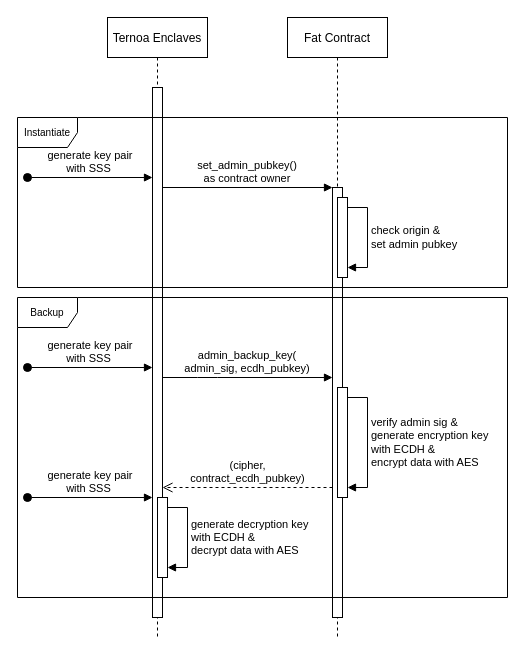
Before: Ternoa-secret-NFT.drawio in shelvenzhou/drawio-diagrams, a draw.io diagram. Source tidied: cells renumbered, new cells numbered last; positions are measured from the earlier drawing's top-left corner, leaving out a move shared by most shapes. Both pictures are drawn from the tidied source at 100%, with x=0, y=0 at pixel (17, 17).
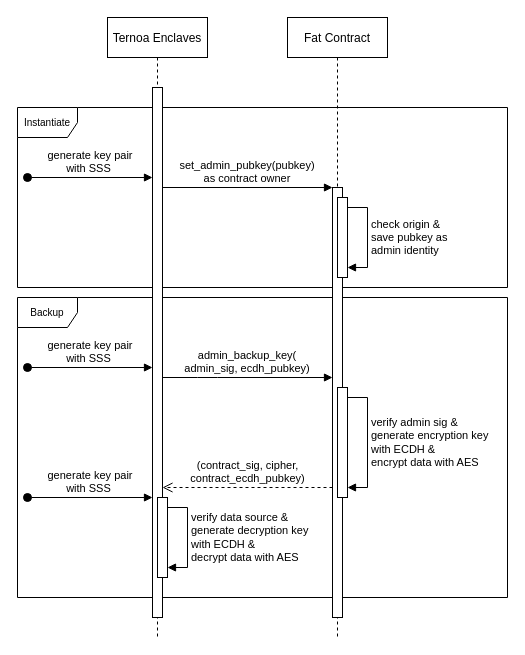
The same page after the edit.

Unchanged cells that the change refers to:
```xml
<mxCell id="5" value="Fat Contract" style="shape=umlLifeline;perimeter=lifelinePerimeter;rounded=0;shadow=0;strokeWidth=1;" parent="1" vertex="1">
  <mxGeometry x="270" width="100" height="620" as="geometry" />
</mxCell>
<mxCell id="7" style="points=[];perimeter=orthogonalPerimeter;rounded=0;shadow=0;strokeWidth=1;" parent="5" vertex="1">
  <mxGeometry x="50" y="180" width="10" height="80" as="geometry" />
</mxCell>
<mxCell id="10" style="points=[];perimeter=orthogonalPerimeter;rounded=0;shadow=0;strokeWidth=1;" parent="5" vertex="1">
  <mxGeometry x="-130" y="480" width="10" height="80" as="geometry" />
</mxCell>
```

Diff of the diagram source:
```diff
@@
+    <mxCell id="19" value="&lt;span style=&quot;font-size: 10px;&quot;&gt;Backup&lt;/span&gt;" style="shape=umlFrame;whiteSpace=wrap;html=1;" parent="1" vertex="1">
+      <mxGeometry y="280" width="490" height="300" as="geometry" />
+    </mxCell>
+    <mxCell id="18" value="&lt;font style=&quot;font-size: 10px;&quot;&gt;Instantiate&lt;/font&gt;" style="shape=umlFrame;whiteSpace=wrap;html=1;" parent="1" vertex="1">
+      <mxGeometry y="90" width="490" height="180" as="geometry" />
+    </mxCell>
@@
-    <mxCell id="8" value="check origin &amp;amp;&lt;br&gt;set admin pubkey" style="edgeStyle=orthogonalEdgeStyle;html=1;align=left;spacingLeft=2;endArrow=block;rounded=0;" parent="5" edge="1" source="7" target="7">
+    <mxCell id="8" value="check origin &amp;amp;&lt;br&gt;save pubkey as &lt;br&gt;admin identity" style="edgeStyle=orthogonalEdgeStyle;html=1;align=left;spacingLeft=2;endArrow=block;rounded=0;" parent="5" edge="1" source="7" target="7">
       <mxGeometry relative="1" as="geometry">
         <Array as="points">
           <mxPoint x="80" y="190" />
           <mxPoint x="80" y="250" />
         </Array>
       </mxGeometry>
     </mxCell>
@@
-    <mxCell id="11" value="generate decryption key &lt;br&gt;with ECDH &amp;amp;&lt;br&gt;decrypt data with AES" style="edgeStyle=orthogonalEdgeStyle;html=1;align=left;spacingLeft=2;endArrow=block;rounded=0;" parent="5" edge="1" source="10" target="10">
+    <mxCell id="11" value="verify data source &amp;amp;&lt;br&gt;generate decryption key &lt;br&gt;with ECDH &amp;amp;&lt;br&gt;decrypt data with AES" style="edgeStyle=orthogonalEdgeStyle;html=1;align=left;spacingLeft=2;endArrow=block;rounded=0;" parent="5" edge="1" source="10" target="10">
       <mxGeometry relative="1" as="geometry">
         <Array as="points">
           <mxPoint x="-100" y="490" />
           <mxPoint x="-100" y="550" />
         </Array>
       </mxGeometry>
     </mxCell>
@@
-    <mxCell id="16" value="(cipher,&lt;br&gt;contract_ecdh_pubkey)" style="html=1;verticalAlign=bottom;endArrow=open;dashed=1;endSize=8;rounded=0;" parent="5" edge="1">
+    <mxCell id="16" value="(contract_sig, cipher,&lt;br&gt;contract_ecdh_pubkey)" style="html=1;verticalAlign=bottom;endArrow=open;dashed=1;endSize=8;rounded=0;" parent="5" edge="1">
       <mxGeometry relative="1" as="geometry">
         <mxPoint x="45" y="470" as="sourcePoint" />
         <mxPoint x="-125" y="470" as="targetPoint" />
         <Array as="points">
           <mxPoint x="-60" y="470" />
         </Array>
       </mxGeometry>
     </mxCell>
-    <mxCell id="17" value="set_admin_pubkey()&#10;as contract owner" style="verticalAlign=bottom;endArrow=block;entryX=0;entryY=0;shadow=0;strokeWidth=1;" parent="1" edge="1">
+    <mxCell id="17" value="set_admin_pubkey(pubkey)&#10;as contract owner" style="verticalAlign=bottom;endArrow=block;entryX=0;entryY=0;shadow=0;strokeWidth=1;" parent="1" edge="1">
       <mxGeometry relative="1" as="geometry">
         <mxPoint x="145" y="170" as="sourcePoint" />
         <mxPoint x="315" y="170" as="targetPoint" />
       </mxGeometry>
     </mxCell>
-    <mxCell id="18" value="&lt;font style=&quot;font-size: 10px;&quot;&gt;Instantiate&lt;/font&gt;" style="shape=umlFrame;whiteSpace=wrap;html=1;" parent="1" vertex="1">
-      <mxGeometry y="100" width="490" height="170" as="geometry" />
-    </mxCell>
-    <mxCell id="19" value="&lt;span style=&quot;font-size: 10px;&quot;&gt;Backup&lt;/span&gt;" style="shape=umlFrame;whiteSpace=wrap;html=1;" parent="1" vertex="1">
-      <mxGeometry y="280" width="490" height="300" as="geometry" />
-    </mxCell>
```
